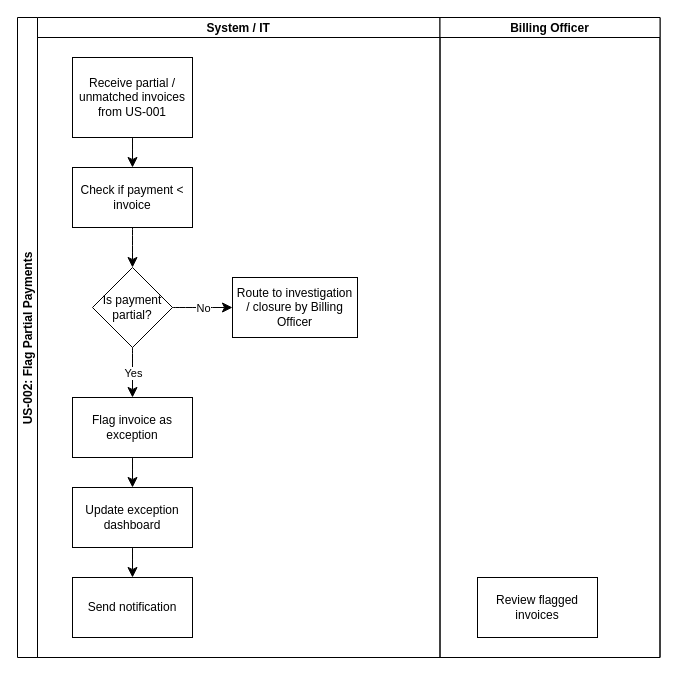
Above: page "Page-2" (2 of 9) of BA/ProcessMaps/PM001-PM008.drawio in ijs99/energy-analyst-portfolio (draw.io), before the change. Source tidied: cells renumbered, new cells numbered last; positions are measured from the earlier drawing's top-left corner, leaving out a move shared by most shapes. Both pictures are drawn from the tidied source at 100%, with x=0, y=0 at pixel (17, 17).
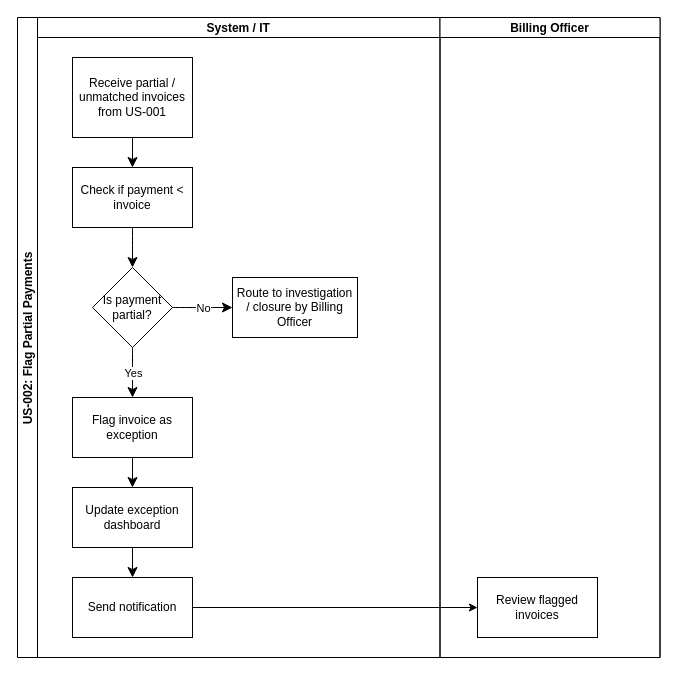
The same page after the edit.

Unchanged cells that the change refers to:
```xml
<mxCell id="2" value="US-002: Flag Partial Payments" style="swimlane;startSize=20;horizontal=0;" parent="1" vertex="1">
  <mxGeometry width="642.5" height="640" as="geometry" />
</mxCell>
<mxCell id="18" value="Send notification" style="rounded=0;whiteSpace=wrap;html=1;" parent="3" vertex="1">
  <mxGeometry x="35" y="560" width="120" height="60" as="geometry" />
</mxCell>
<mxCell id="20" value="Review flagged invoices" style="rounded=0;whiteSpace=wrap;html=1;" parent="19" vertex="1">
  <mxGeometry x="37.5" y="560" width="120" height="60" as="geometry" />
</mxCell>
```

Diff of the diagram source:
```diff
@@
+    <mxCell id="21" style="edgeStyle=orthogonalEdgeStyle;rounded=0;jettySize=auto;html=1;exitX=1;exitY=0.5;exitDx=0;exitDy=0;entryX=0;entryY=0.5;entryDx=0;entryDy=0;" parent="2" edge="1" source="18" target="20">
+      <mxGeometry relative="1" as="geometry" />
+    </mxCell>
```
